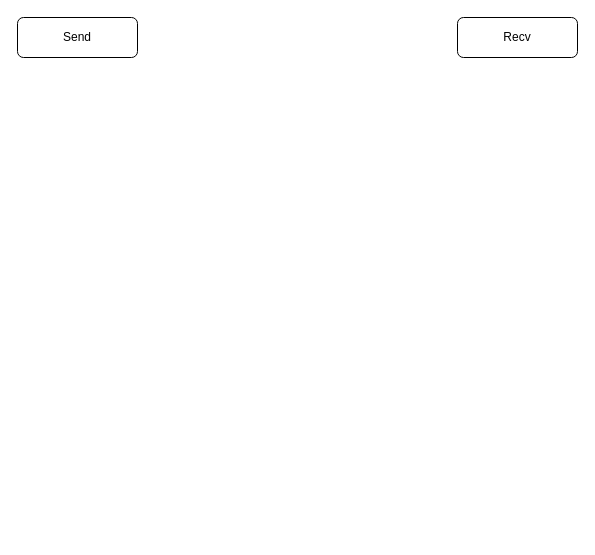
Earlier version of the draw.io diagram T2Write_WorkFlow.drawio (BEYHHH/SBLP). Source tidied: cells renumbered, new cells numbered last; positions are measured from the earlier drawing's top-left corner, leaving out a move shared by most shapes. Both pictures are drawn from the tidied source at 100%, with x=0, y=0 at pixel (17, 17).
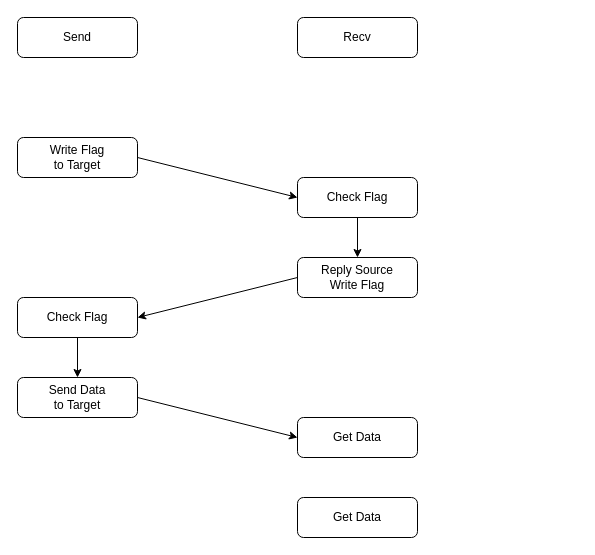
Above is the later version.

What changed in the source:
```diff
@@
 <mxGraphModel>
   <root>
     <mxCell id="0" />
     <mxCell id="1" parent="0" />
     <mxCell id="2" value="Send" style="rounded=1;whiteSpace=wrap;html=1;" parent="1" vertex="1">
       <mxGeometry width="120" height="40" as="geometry" />
     </mxCell>
     <mxCell id="3" value="Recv" style="rounded=1;whiteSpace=wrap;html=1;" parent="1" vertex="1">
-      <mxGeometry x="440" width="120" height="40" as="geometry" />
+      <mxGeometry x="280" width="120" height="40" as="geometry" />
     </mxCell>
+    <mxCell id="4" value="Write Flag&lt;br&gt;to Target" style="rounded=1;whiteSpace=wrap;html=1;" parent="1" vertex="1">
+      <mxGeometry y="120" width="120" height="40" as="geometry" />
+    </mxCell>
+    <mxCell id="5" style="edgeStyle=orthogonalEdgeStyle;rounded=0;jettySize=auto;html=1;" parent="1" edge="1" source="6" target="8">
+      <mxGeometry relative="1" as="geometry" />
+    </mxCell>
+    <mxCell id="6" value="Check Flag" style="rounded=1;whiteSpace=wrap;html=1;" parent="1" vertex="1">
+      <mxGeometry x="280" y="160" width="120" height="40" as="geometry" />
+    </mxCell>
+    <mxCell id="7" style="endArrow=classic;html=1;rounded=0;exitX=1;exitY=0.5;exitDx=0;exitDy=0;entryX=0;entryY=0.5;entryDx=0;entryDy=0;" parent="1" edge="1" source="4" target="6">
+      <mxGeometry relative="1" as="geometry" />
+    </mxCell>
+    <mxCell id="8" value="Reply Source&lt;br&gt;Write Flag" style="rounded=1;whiteSpace=wrap;html=1;" parent="1" vertex="1">
+      <mxGeometry x="280" y="240" width="120" height="40" as="geometry" />
+    </mxCell>
+    <mxCell id="9" value="Send Data&lt;br&gt;to Target" style="rounded=1;whiteSpace=wrap;html=1;" parent="1" vertex="1">
+      <mxGeometry y="360" width="120" height="40" as="geometry" />
+    </mxCell>
+    <mxCell id="10" style="edgeStyle=orthogonalEdgeStyle;rounded=0;jettySize=auto;html=1;" parent="1" edge="1" source="11" target="9">
+      <mxGeometry relative="1" as="geometry" />
+    </mxCell>
+    <mxCell id="11" value="Check Flag" style="rounded=1;whiteSpace=wrap;html=1;" parent="1" vertex="1">
+      <mxGeometry y="280" width="120" height="40" as="geometry" />
+    </mxCell>
+    <mxCell id="12" style="endArrow=classic;html=1;rounded=0;exitX=0;exitY=0.5;exitDx=0;exitDy=0;entryX=1;entryY=0.5;entryDx=0;entryDy=0;" parent="1" edge="1" source="8" target="11">
+      <mxGeometry relative="1" as="geometry" />
+    </mxCell>
+    <mxCell id="13" style="endArrow=classic;html=1;rounded=0;exitX=1;exitY=0.5;exitDx=0;exitDy=0;entryX=0;entryY=0.5;entryDx=0;entryDy=0;" parent="1" edge="1" source="9" target="14">
+      <mxGeometry relative="1" as="geometry" />
+    </mxCell>
+    <mxCell id="14" value="Get Data" style="rounded=1;whiteSpace=wrap;html=1;" parent="1" vertex="1">
+      <mxGeometry x="280" y="400" width="120" height="40" as="geometry" />
+    </mxCell>
+    <mxCell id="15" value="Get Data" style="rounded=1;whiteSpace=wrap;html=1;" parent="1" vertex="1">
+      <mxGeometry x="280" y="480" width="120" height="40" as="geometry" />
+    </mxCell>
   </root>
 </mxGraphModel>
```
